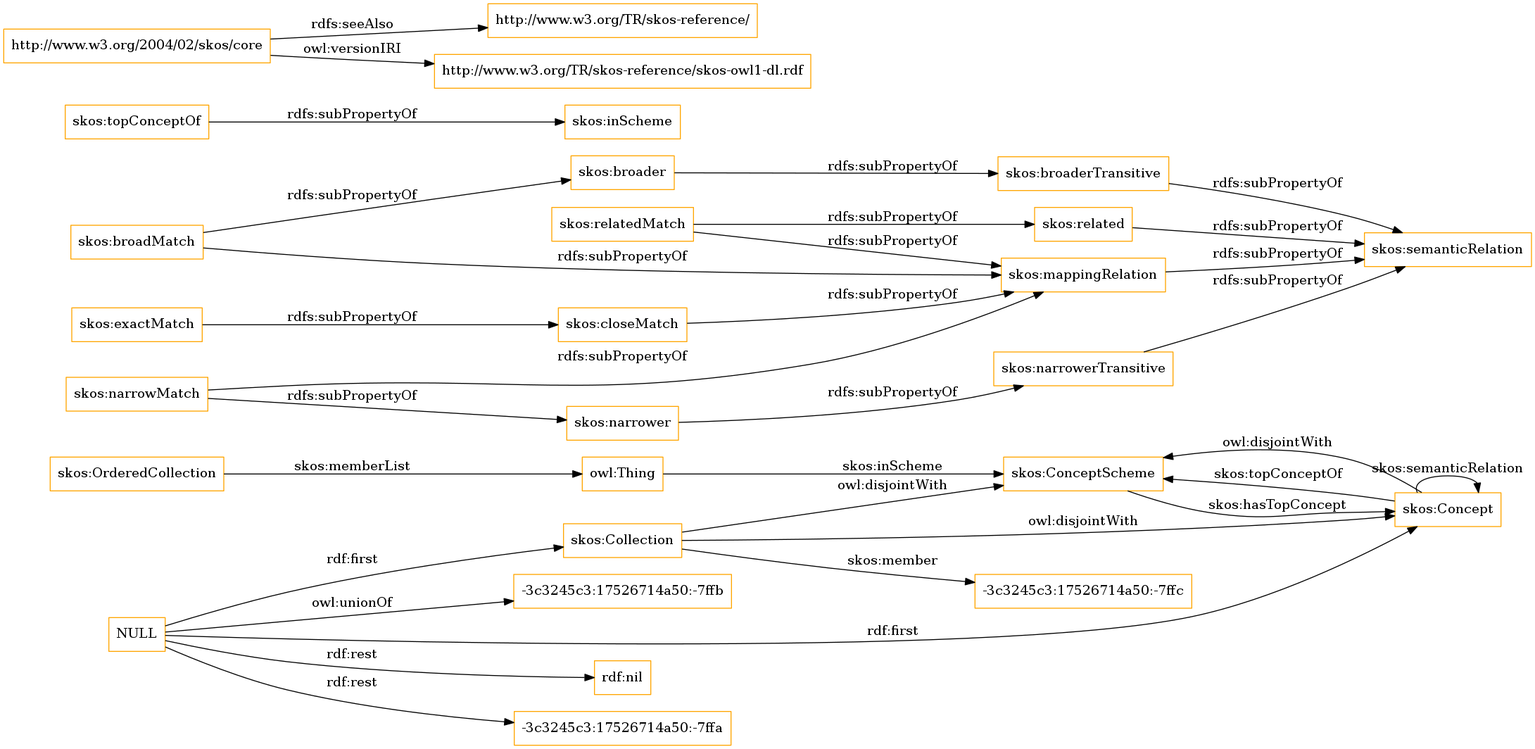
Before: OnToology/imports/skos.owl/diagrams/ar2dtool-class/skos.owl.png, a diagram exported from Graphviz (OnToologyUser/core-ontology-1). Its source is kept beside it as OnToology/imports/skos.owl/diagrams/ar2dtool-class/skos.owl.png.dot.
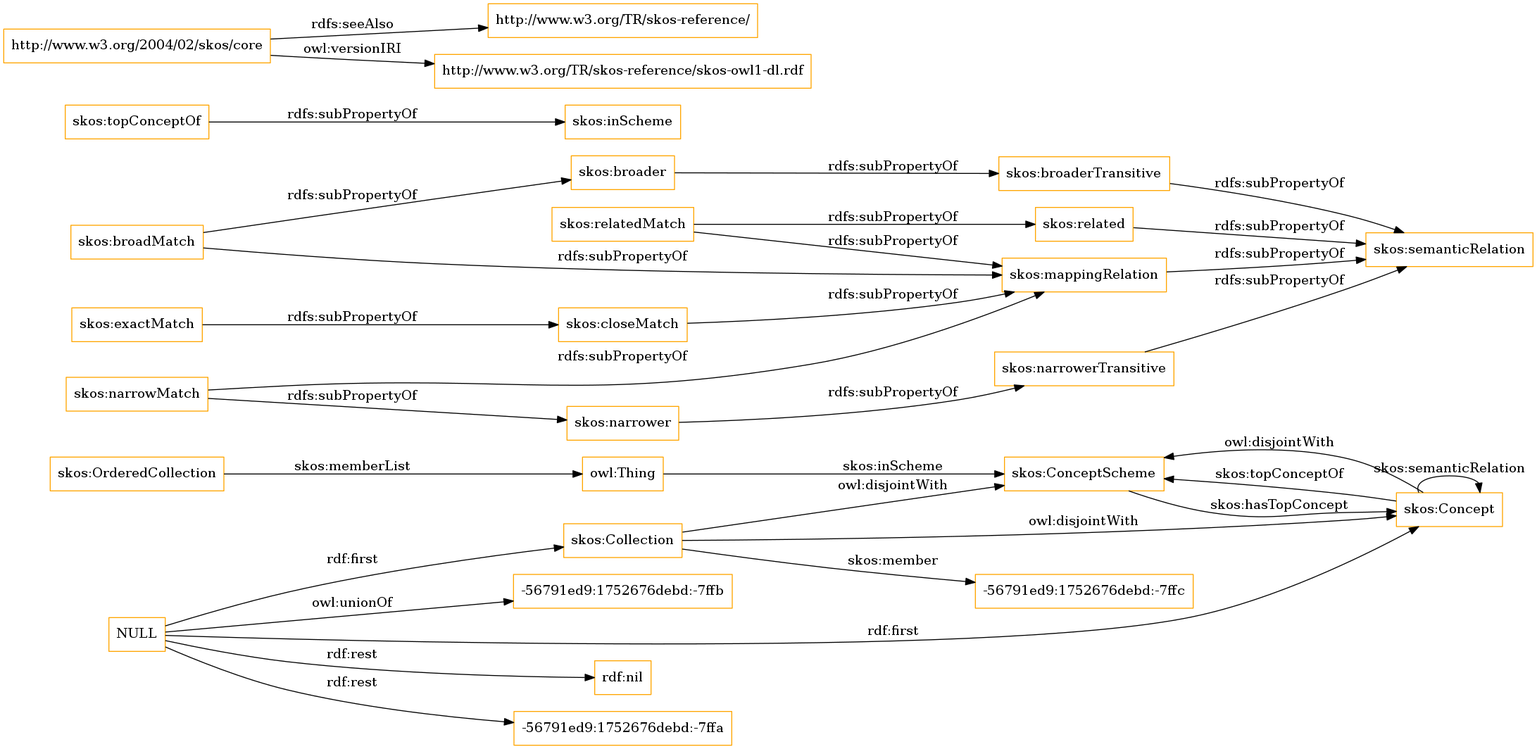
Above is the later version.

Diff of the diagram source:
```diff
@@ -1,13 +1,13 @@
 digraph ar2dtool_diagram {
 rankdir=LR;
 size="1501"
-node [shape = rectangle, color="orange"]; "skos:OrderedCollection" "skos:ConceptScheme" "skos:Concept" "skos:Collection" "-3c3245c3:17526714a50:-7ffc" ; /*classes style*/
+node [shape = rectangle, color="orange"]; "skos:OrderedCollection" "skos:ConceptScheme" "skos:Concept" "skos:Collection" "-56791ed9:1752676debd:-7ffc" ; /*classes style*/
 	"skos:narrowerTransitive" -> "skos:semanticRelation" [ label = "rdfs:subPropertyOf" ];
 	"NULL" -> "rdf:nil" [ label = "rdf:rest" ];
 	"NULL" -> "skos:Concept" [ label = "rdf:first" ];
-	"NULL" -> "-3c3245c3:17526714a50:-7ffa" [ label = "rdf:rest" ];
+	"NULL" -> "-56791ed9:1752676debd:-7ffa" [ label = "rdf:rest" ];
 	"NULL" -> "skos:Collection" [ label = "rdf:first" ];
-	"NULL" -> "-3c3245c3:17526714a50:-7ffb" [ label = "owl:unionOf" ];
+	"NULL" -> "-56791ed9:1752676debd:-7ffb" [ label = "owl:unionOf" ];
 	"skos:closeMatch" -> "skos:mappingRelation" [ label = "rdfs:subPropertyOf" ];
 	"skos:Concept" -> "skos:ConceptScheme" [ label = "owl:disjointWith" ];
 	"skos:relatedMatch" -> "skos:related" [ label = "rdfs:subPropertyOf" ];
@@ -30,7 +30,7 @@
 	"skos:OrderedCollection" -> "owl:Thing" [ label = "skos:memberList" ];
 	"skos:Concept" -> "skos:ConceptScheme" [ label = "skos:topConceptOf" ];
 	"skos:Concept" -> "skos:Concept" [ label = "skos:semanticRelation" ];
-	"skos:Collection" -> "-3c3245c3:17526714a50:-7ffc" [ label = "skos:member" ];
+	"skos:Collection" -> "-56791ed9:1752676debd:-7ffc" [ label = "skos:member" ];
 	"skos:ConceptScheme" -> "skos:Concept" [ label = "skos:hasTopConcept" ];
 	"owl:Thing" -> "skos:ConceptScheme" [ label = "skos:inScheme" ];
 
```
